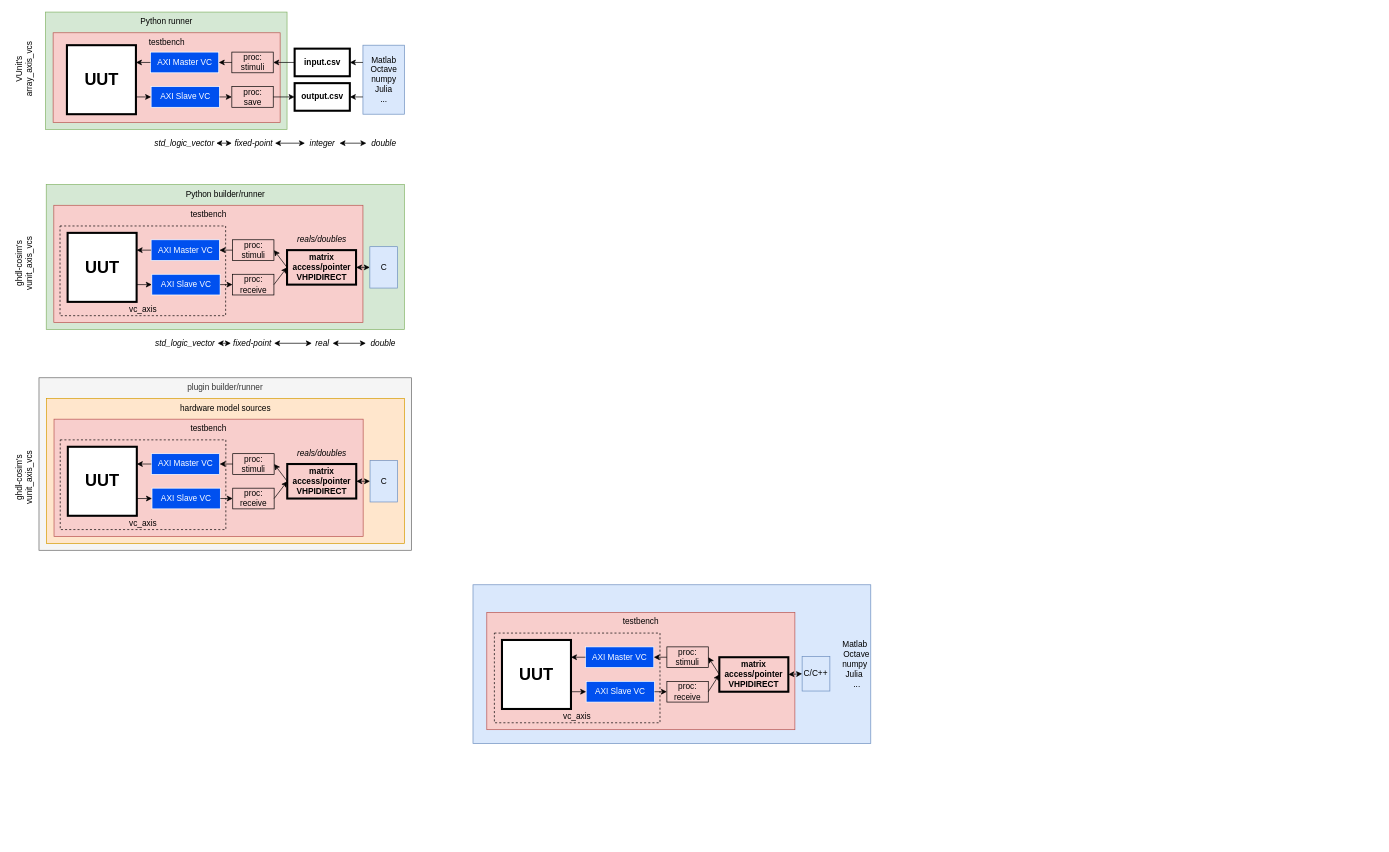
This is doc/vhpidirect/examples/img/matrices.drawio from ghdl/ghdl-cosim, a draw.io file, before an edit. Source tidied: cells renumbered, new cells numbered last; positions are measured from the earlier drawing's top-left corner, leaving out a move shared by most shapes. Both pictures are drawn from the tidied source at 69%, with x=0, y=0 at pixel (-9, 12).
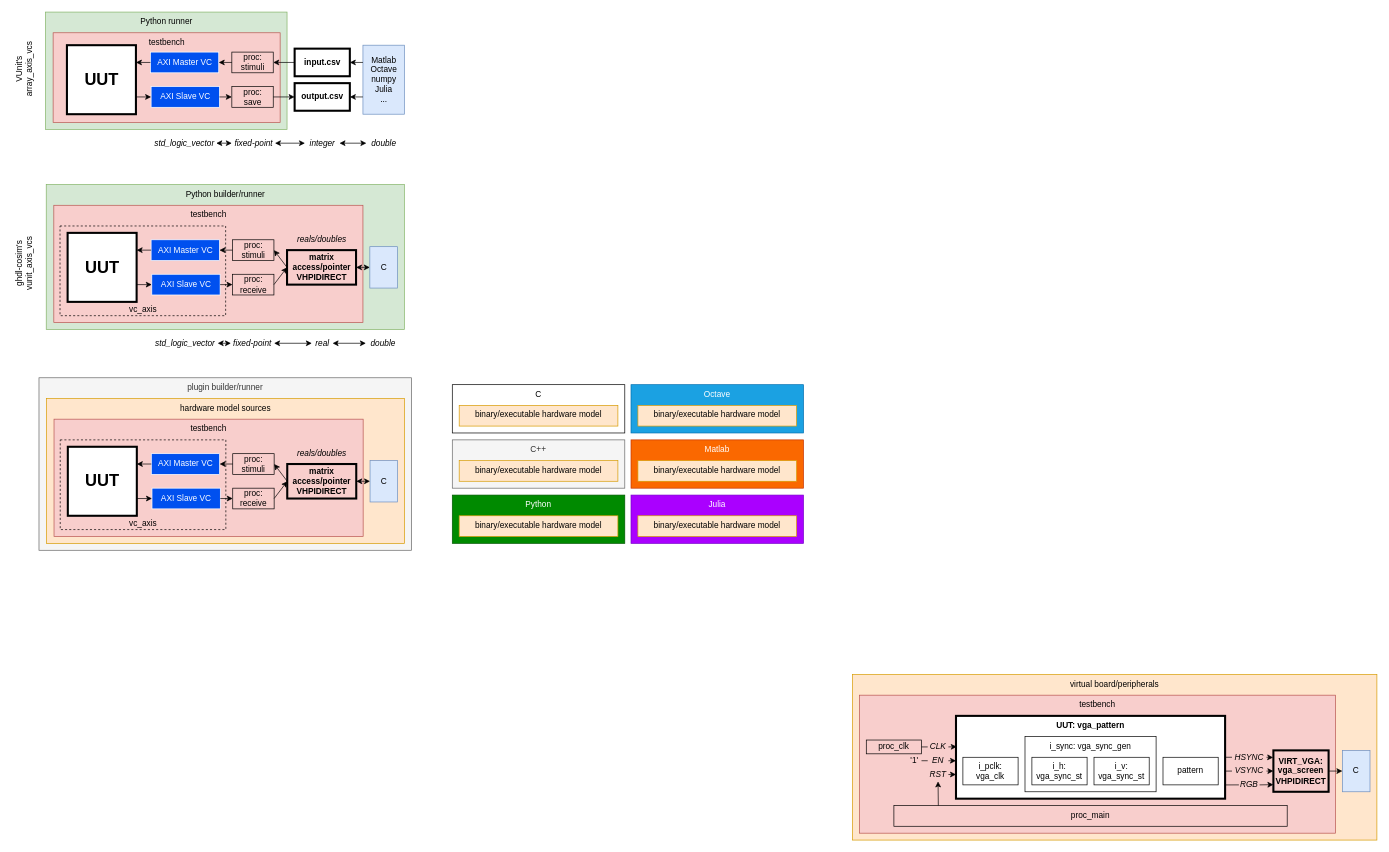
The same page after the edit.

What changed in the source:
```diff
@@
+    <mxCell id="91" value="virtual board/peripherals" style="rounded=0;whiteSpace=wrap;html=1;verticalAlign=top;fillColor=#ffe6cc;strokeColor=#d79b00;" parent="1" vertex="1">
+      <mxGeometry x="1248" y="960" width="760" height="240" as="geometry" />
+    </mxCell>
-    <mxCell id="2" value="Matlab&amp;nbsp;&lt;br&gt;Octave &lt;br&gt;numpy&amp;nbsp;&lt;br&gt;Julia&amp;nbsp; &amp;nbsp;&lt;br&gt;...&amp;nbsp; &amp;nbsp;&amp;nbsp;" style="rounded=0;whiteSpace=wrap;html=1;verticalAlign=middle;fillColor=#dae8fc;strokeColor=#6c8ebf;align=right;" parent="1" vertex="1">
-      <mxGeometry x="698" y="830" width="576.5" height="230" as="geometry" />
+    <mxCell id="2" value="Julia" style="rounded=0;whiteSpace=wrap;html=1;verticalAlign=top;fillColor=#aa00ff;strokeColor=#7700CC;align=center;fontColor=#ffffff;" parent="1" vertex="1">
+      <mxGeometry x="927" y="700" width="250" height="70" as="geometry" />
     </mxCell>
@@
-    <mxCell id="39" value="testbench" style="rounded=0;whiteSpace=wrap;html=1;verticalAlign=top;fillColor=#f8cecc;strokeColor=#b85450;" parent="1" vertex="1">
-      <mxGeometry x="718" y="870" width="446.5" height="170" as="geometry" />
-    </mxCell>
-    <mxCell id="40" value="vc_axis" style="rounded=0;whiteSpace=wrap;html=1;verticalAlign=bottom;fillColor=none;strokeColor=#000000;fontColor=#000000;gradientColor=#ffffff;dashed=1;align=center;" parent="1" vertex="1">
-      <mxGeometry x="729" y="900" width="240" height="130" as="geometry" />
-    </mxCell>
-    <mxCell id="41" value="UUT" style="whiteSpace=wrap;html=1;fontStyle=1;fontSize=24;strokeWidth=3;" parent="1" vertex="1">
-      <mxGeometry x="740" y="910" width="100" height="100" as="geometry" />
-    </mxCell>
-    <mxCell id="42" value="AXI Master VC" style="rounded=0;whiteSpace=wrap;html=1;strokeColor=#FFFFFF;fontColor=#FFFFFF;fillColor=#0050EF;" parent="1" vertex="1">
-      <mxGeometry x="861" y="920" width="99" height="30" as="geometry" />
-    </mxCell>
-    <mxCell id="43" value="AXI Slave VC" style="rounded=0;whiteSpace=wrap;html=1;strokeColor=#FFFFFF;fontColor=#FFFFFF;fillColor=#0050EF;" parent="1" vertex="1">
-      <mxGeometry x="862" y="970" width="99" height="30" as="geometry" />
-    </mxCell>
-    <mxCell id="44" style="endArrow=classic;html=1;fontColor=#000000;entryX=0;entryY=0.5;entryDx=0;entryDy=0;strokeColor=#000000;exitX=1;exitY=0.75;exitDx=0;exitDy=0;" parent="1" edge="1" source="41" target="43">
-      <mxGeometry relative="1" as="geometry" />
-    </mxCell>
-    <mxCell id="45" style="endArrow=classic;html=1;fontColor=#000000;exitX=0;exitY=0.5;exitDx=0;exitDy=0;entryX=1;entryY=0.25;entryDx=0;entryDy=0;strokeColor=#000000;" parent="1" edge="1" source="42" target="41">
-      <mxGeometry relative="1" as="geometry" />
-    </mxCell>
-    <mxCell id="46" style="endArrow=classic;html=1;fontColor=#000000;exitX=0;exitY=0.5;exitDx=0;exitDy=0;entryX=1;entryY=0.5;entryDx=0;entryDy=0;strokeColor=#000000;" parent="1" edge="1" source="48" target="42">
-      <mxGeometry relative="1" as="geometry" />
-    </mxCell>
-    <mxCell id="47" style="endArrow=classic;html=1;fontColor=#000000;exitX=1;exitY=0.5;exitDx=0;exitDy=0;strokeColor=#000000;entryX=0;entryY=0.5;entryDx=0;entryDy=0;" parent="1" edge="1" source="50" target="52">
-      <mxGeometry relative="1" as="geometry" />
-    </mxCell>
-    <mxCell id="48" value="proc:&lt;br&gt;stimuli" style="rounded=0;whiteSpace=wrap;html=1;strokeColor=#000000;fontColor=#000000;fillColor=none;" parent="1" vertex="1">
-      <mxGeometry x="979" y="920" width="60" height="30" as="geometry" />
-    </mxCell>
-    <mxCell id="49" style="endArrow=classic;html=1;fontColor=#000000;entryX=1;entryY=0.5;entryDx=0;entryDy=0;strokeColor=#000000;exitX=0;exitY=0.5;exitDx=0;exitDy=0;" parent="1" edge="1" source="52" target="48">
-      <mxGeometry relative="1" as="geometry" />
-    </mxCell>
-    <mxCell id="50" value="proc:&lt;br&gt;receive" style="rounded=0;whiteSpace=wrap;html=1;strokeColor=#000000;fontColor=#000000;fillColor=none;" parent="1" vertex="1">
-      <mxGeometry x="979" y="970" width="60" height="30" as="geometry" />
-    </mxCell>
-    <mxCell id="51" style="endArrow=classic;html=1;fontColor=#000000;exitX=1;exitY=0.5;exitDx=0;exitDy=0;strokeColor=#000000;entryX=0;entryY=0.5;entryDx=0;entryDy=0;" parent="1" edge="1" source="43" target="50">
-      <mxGeometry relative="1" as="geometry" />
-    </mxCell>
-    <mxCell id="52" value="matrix&lt;br&gt;access/pointer&lt;br&gt;VHPIDIRECT" style="rounded=0;whiteSpace=wrap;html=1;strokeColor=#000000;fillColor=none;gradientColor=none;fontColor=#000000;strokeWidth=3;fontStyle=1;" parent="1" vertex="1">
-      <mxGeometry x="1055" y="935" width="100" height="50" as="geometry" />
-    </mxCell>
@@
-    <mxCell id="70" value="C/C++" style="rounded=0;whiteSpace=wrap;html=1;verticalAlign=middle;fillColor=#dae8fc;strokeColor=#6c8ebf;" parent="1" vertex="1">
-      <mxGeometry x="1175" y="934" width="40.2" height="50" as="geometry" />
-    </mxCell>
-    <mxCell id="71" style="endArrow=classic;html=1;fontColor=#000000;entryX=1;entryY=0.5;entryDx=0;entryDy=0;strokeColor=#000000;exitX=0;exitY=0.5;exitDx=0;exitDy=0;startArrow=classic;startFill=1;" parent="1" edge="1" source="70" target="52">
-      <mxGeometry relative="1" as="geometry" />
-    </mxCell>
@@
-    <mxCell id="90" value="ghdl-cosim's&lt;br&gt;vunit_axis_vcs" style="text;html=1;strokeColor=none;fillColor=none;align=center;verticalAlign=middle;whiteSpace=wrap;rounded=0;fontColor=#000000;rotation=-90;" parent="1" vertex="1">
-      <mxGeometry x="-0.2" y="657.5" width="95.5" height="35" as="geometry" />
-    </mxCell>
+    <mxCell id="92" value="binary/executable hardware model" style="rounded=0;whiteSpace=wrap;html=1;verticalAlign=top;fillColor=#ffe6cc;strokeColor=#d79b00;" parent="1" vertex="1">
+      <mxGeometry x="937" y="730" width="230" height="30" as="geometry" />
+    </mxCell>
+    <mxCell id="93" value="Octave" style="rounded=0;whiteSpace=wrap;html=1;verticalAlign=top;fillColor=#1ba1e2;strokeColor=#006EAF;align=center;fontColor=#ffffff;" parent="1" vertex="1">
+      <mxGeometry x="927" y="540" width="250" height="70" as="geometry" />
+    </mxCell>
+    <mxCell id="94" value="binary/executable hardware model" style="rounded=0;whiteSpace=wrap;html=1;verticalAlign=top;fillColor=#ffe6cc;strokeColor=#d79b00;" parent="1" vertex="1">
+      <mxGeometry x="937" y="570" width="230" height="30" as="geometry" />
+    </mxCell>
+    <mxCell id="95" value="Python" style="rounded=0;whiteSpace=wrap;html=1;verticalAlign=top;fillColor=#008a00;strokeColor=#005700;align=center;fontColor=#ffffff;" parent="1" vertex="1">
+      <mxGeometry x="668" y="700" width="250" height="70" as="geometry" />
+    </mxCell>
+    <mxCell id="96" value="binary/executable hardware model" style="rounded=0;whiteSpace=wrap;html=1;verticalAlign=top;fillColor=#ffe6cc;strokeColor=#d79b00;" parent="1" vertex="1">
+      <mxGeometry x="678" y="730" width="230" height="30" as="geometry" />
+    </mxCell>
+    <mxCell id="97" value="Matlab" style="rounded=0;whiteSpace=wrap;html=1;verticalAlign=top;fillColor=#fa6800;strokeColor=#C73500;align=center;fontColor=#ffffff;" parent="1" vertex="1">
+      <mxGeometry x="927" y="620" width="250" height="70" as="geometry" />
+    </mxCell>
+    <mxCell id="98" value="binary/executable hardware model" style="rounded=0;whiteSpace=wrap;html=1;verticalAlign=top;fillColor=#ffe6cc;strokeColor=#d79b00;" parent="1" vertex="1">
+      <mxGeometry x="937" y="650" width="230" height="30" as="geometry" />
+    </mxCell>
+    <mxCell id="99" value="C" style="rounded=0;whiteSpace=wrap;html=1;verticalAlign=top;align=center;" parent="1" vertex="1">
+      <mxGeometry x="668" y="540" width="250" height="70" as="geometry" />
+    </mxCell>
+    <mxCell id="100" value="binary/executable hardware model" style="rounded=0;whiteSpace=wrap;html=1;verticalAlign=top;fillColor=#ffe6cc;strokeColor=#d79b00;" parent="1" vertex="1">
+      <mxGeometry x="678" y="570" width="230" height="30" as="geometry" />
+    </mxCell>
+    <mxCell id="101" value="C++" style="rounded=0;whiteSpace=wrap;html=1;verticalAlign=top;fillColor=#f5f5f5;strokeColor=#666666;align=center;fontColor=#333333;" parent="1" vertex="1">
+      <mxGeometry x="668" y="620" width="250" height="70" as="geometry" />
+    </mxCell>
+    <mxCell id="102" value="binary/executable hardware model" style="rounded=0;whiteSpace=wrap;html=1;verticalAlign=top;fillColor=#ffe6cc;strokeColor=#d79b00;" parent="1" vertex="1">
+      <mxGeometry x="678" y="650" width="230" height="30" as="geometry" />
+    </mxCell>
+    <mxCell id="39" value="testbench" style="rounded=0;whiteSpace=wrap;html=1;strokeColor=#b85450;fillColor=#f8cecc;align=center;verticalAlign=top;" parent="1" vertex="1">
+      <mxGeometry x="1258" y="990" width="690" height="200" as="geometry" />
+    </mxCell>
+    <mxCell id="103" value="proc_clk" style="rounded=0;whiteSpace=wrap;html=1;strokeColor=#000000;fillColor=none;align=center;" parent="1" vertex="1">
+      <mxGeometry x="1268" y="1055" width="80" height="20" as="geometry" />
+    </mxCell>
+    <mxCell id="104" value="proc_main" style="rounded=0;whiteSpace=wrap;html=1;strokeColor=#000000;fillColor=none;align=center;" parent="1" vertex="1">
+      <mxGeometry x="1308" y="1150" width="570" height="30" as="geometry" />
+    </mxCell>
+    <mxCell id="105" value="VIRT_VGA: vga_screen&lt;br&gt;VHPIDIRECT" style="rounded=0;whiteSpace=wrap;html=1;strokeColor=#000000;fillColor=none;align=center;strokeWidth=3;fontStyle=1;" parent="1" vertex="1">
+      <mxGeometry x="1858" y="1070" width="80" height="60" as="geometry" />
+    </mxCell>
+    <mxCell id="106" value="UUT: vga_pattern" style="rounded=0;whiteSpace=wrap;html=1;align=center;verticalAlign=top;fontStyle=1;strokeWidth=3;" parent="1" vertex="1">
+      <mxGeometry x="1398" y="1020" width="390" height="120" as="geometry" />
+    </mxCell>
+    <mxCell id="107" value="i_pclk:&lt;br&gt;vga_clk" style="rounded=0;whiteSpace=wrap;html=1;strokeColor=#000000;fillColor=#ffffff;align=center;" parent="1" vertex="1">
+      <mxGeometry x="1408" y="1080" width="80" height="40" as="geometry" />
+    </mxCell>
+    <mxCell id="108" value="i_sync: vga_sync_gen" style="rounded=0;whiteSpace=wrap;html=1;strokeColor=#000000;fillColor=#ffffff;align=center;verticalAlign=top;" parent="1" vertex="1">
+      <mxGeometry x="1498" y="1050" width="190" height="80" as="geometry" />
+    </mxCell>
+    <mxCell id="109" value="pattern" style="rounded=0;whiteSpace=wrap;html=1;strokeColor=#000000;fillColor=none;align=center;" parent="1" vertex="1">
+      <mxGeometry x="1698" y="1080" width="80" height="40" as="geometry" />
+    </mxCell>
+    <mxCell id="110" value="&lt;span style=&quot;white-space: normal&quot;&gt;i_h:&lt;br&gt;vga_sync_st&lt;/span&gt;" style="rounded=0;whiteSpace=wrap;html=1;strokeColor=#000000;fillColor=#ffffff;align=center;" parent="1" vertex="1">
+      <mxGeometry x="1508" y="1080" width="80" height="40" as="geometry" />
+    </mxCell>
+    <mxCell id="111" value="i_v:&lt;br&gt;vga_sync_st" style="rounded=0;whiteSpace=wrap;html=1;strokeColor=#000000;fillColor=#ffffff;align=center;" parent="1" vertex="1">
+      <mxGeometry x="1598" y="1080" width="80" height="40" as="geometry" />
+    </mxCell>
+    <mxCell id="112" value="&lt;i&gt;CLK&lt;/i&gt;" style="rounded=0;whiteSpace=wrap;html=1;strokeColor=none;fillColor=none;align=center;" parent="1" vertex="1">
+      <mxGeometry x="1357" y="1055" width="30" height="20" as="geometry" />
+    </mxCell>
+    <mxCell id="113" style="endArrow=none;html=1;entryX=0;entryY=0.5;entryDx=0;entryDy=0;exitX=1;exitY=0.5;exitDx=0;exitDy=0;endFill=0;" parent="1" edge="1" source="103" target="112">
+      <mxGeometry relative="1" as="geometry" />
+    </mxCell>
+    <mxCell id="114" value="&lt;i&gt;EN&lt;/i&gt;" style="rounded=0;whiteSpace=wrap;html=1;strokeColor=none;fillColor=none;align=center;" parent="1" vertex="1">
+      <mxGeometry x="1357" y="1075" width="30" height="20" as="geometry" />
+    </mxCell>
+    <mxCell id="115" style="endArrow=classic;html=1;exitX=1;exitY=0.5;exitDx=0;exitDy=0;entryX=0;entryY=0.542;entryDx=0;entryDy=0;entryPerimeter=0;" parent="1" edge="1" source="114" target="106">
+      <mxGeometry relative="1" as="geometry" />
+    </mxCell>
+    <mxCell id="116" style="endArrow=classic;html=1;exitX=1;exitY=0.5;exitDx=0;exitDy=0;entryX=0.003;entryY=0.372;entryDx=0;entryDy=0;entryPerimeter=0;" parent="1" edge="1" source="112" target="106">
+      <mxGeometry relative="1" as="geometry" />
+    </mxCell>
+    <mxCell id="117" value="&lt;i&gt;RST&lt;/i&gt;" style="rounded=0;whiteSpace=wrap;html=1;strokeColor=none;fillColor=none;align=center;" parent="1" vertex="1">
+      <mxGeometry x="1357" y="1095" width="30" height="20" as="geometry" />
+    </mxCell>
+    <mxCell id="118" style="endArrow=classic;html=1;exitX=1;exitY=0.5;exitDx=0;exitDy=0;entryX=0;entryY=0.708;entryDx=0;entryDy=0;entryPerimeter=0;" parent="1" edge="1" source="117" target="106">
+      <mxGeometry relative="1" as="geometry" />
+    </mxCell>
+    <mxCell id="119" style="endArrow=classic;html=1;entryX=0.5;entryY=1;entryDx=0;entryDy=0;exitX=0.113;exitY=-0.002;exitDx=0;exitDy=0;exitPerimeter=0;" parent="1" edge="1" source="104" target="117">
+      <mxGeometry relative="1" as="geometry" />
+    </mxCell>
+    <mxCell id="120" value="&lt;i&gt;HSYNC&lt;/i&gt;" style="rounded=0;whiteSpace=wrap;html=1;strokeColor=none;fillColor=none;align=center;" parent="1" vertex="1">
+      <mxGeometry x="1798" y="1070" width="50" height="20" as="geometry" />
+    </mxCell>
+    <mxCell id="121" value="&lt;i&gt;VSYNC&lt;/i&gt;" style="rounded=0;whiteSpace=wrap;html=1;strokeColor=none;fillColor=none;align=center;" parent="1" vertex="1">
+      <mxGeometry x="1798" y="1090" width="50" height="20" as="geometry" />
+    </mxCell>
+    <mxCell id="122" style="endArrow=classic;html=1;exitX=1;exitY=0.5;exitDx=0;exitDy=0;entryX=0;entryY=0.5;entryDx=0;entryDy=0;" parent="1" edge="1" source="121" target="105">
+      <mxGeometry relative="1" as="geometry" />
+    </mxCell>
+    <mxCell id="123" style="endArrow=classic;html=1;exitX=1;exitY=0.5;exitDx=0;exitDy=0;entryX=-0.004;entryY=0.172;entryDx=0;entryDy=0;entryPerimeter=0;" parent="1" edge="1" source="120" target="105">
+      <mxGeometry relative="1" as="geometry" />
+    </mxCell>
+    <mxCell id="124" value="&lt;i&gt;RGB&lt;/i&gt;" style="rounded=0;whiteSpace=wrap;html=1;strokeColor=none;fillColor=none;align=center;" parent="1" vertex="1">
+      <mxGeometry x="1808" y="1110" width="30" height="20" as="geometry" />
+    </mxCell>
+    <mxCell id="125" style="endArrow=classic;html=1;exitX=1;exitY=0.5;exitDx=0;exitDy=0;entryX=0;entryY=0.828;entryDx=0;entryDy=0;entryPerimeter=0;" parent="1" edge="1" source="124" target="105">
+      <mxGeometry relative="1" as="geometry" />
+    </mxCell>
+    <mxCell id="126" value="'1'" style="rounded=0;whiteSpace=wrap;html=1;strokeColor=none;fillColor=none;align=center;" parent="1" vertex="1">
+      <mxGeometry x="1328" y="1075" width="20" height="20" as="geometry" />
+    </mxCell>
+    <mxCell id="127" style="endArrow=none;html=1;entryX=0;entryY=0.5;entryDx=0;entryDy=0;exitX=1;exitY=0.5;exitDx=0;exitDy=0;endFill=0;" parent="1" edge="1" source="126" target="114">
+      <mxGeometry relative="1" as="geometry" />
+    </mxCell>
+    <mxCell id="128" style="endArrow=none;html=1;entryX=0;entryY=0.5;entryDx=0;entryDy=0;endFill=0;exitX=1;exitY=0.5;exitDx=0;exitDy=0;" parent="1" edge="1" source="106" target="120">
+      <mxGeometry relative="1" as="geometry" />
+    </mxCell>
+    <mxCell id="129" style="endArrow=none;html=1;entryX=0;entryY=0.5;entryDx=0;entryDy=0;endFill=0;exitX=0.999;exitY=0.667;exitDx=0;exitDy=0;exitPerimeter=0;" parent="1" edge="1" source="106" target="121">
+      <mxGeometry relative="1" as="geometry" />
+    </mxCell>
+    <mxCell id="130" style="endArrow=none;html=1;entryX=0;entryY=0.5;entryDx=0;entryDy=0;endFill=0;exitX=1;exitY=0.834;exitDx=0;exitDy=0;exitPerimeter=0;" parent="1" edge="1" source="106" target="124">
+      <mxGeometry relative="1" as="geometry" />
+    </mxCell>
+    <mxCell id="131" value="C" style="rounded=0;whiteSpace=wrap;html=1;verticalAlign=middle;fillColor=#dae8fc;strokeColor=#6c8ebf;" parent="1" vertex="1">
+      <mxGeometry x="1958" y="1070" width="40" height="60" as="geometry" />
+    </mxCell>
+    <mxCell id="132" style="endArrow=classic;html=1;entryX=0;entryY=0.5;entryDx=0;entryDy=0;exitX=1;exitY=0.5;exitDx=0;exitDy=0;" parent="1" edge="1" source="105" target="131">
+      <mxGeometry relative="1" as="geometry" />
+    </mxCell>
```
